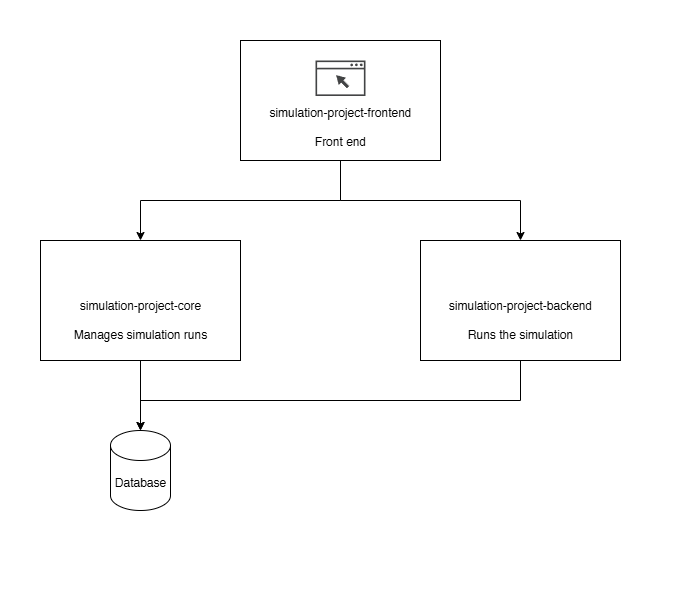
Above: frontend/public/docs/Summary_Architecture.png in lt-shy-john/simulator-project (draw.io), before the change. Source tidied: cells renumbered, new cells last; positions are measured from the earlier drawing's top-left corner, leaving out a move shared by most shapes. Source of this version:
```xml
<mxGraphModel>
  <root>
    <mxCell id="0" />
    <mxCell id="1" parent="0" />
    <mxCell id="2" style="edgeStyle=orthogonalEdgeStyle;rounded=0;jettySize=auto;html=1;" parent="1" edge="1" source="4" target="7">
      <mxGeometry relative="1" as="geometry" />
    </mxCell>
    <mxCell id="3" style="edgeStyle=orthogonalEdgeStyle;rounded=0;jettySize=auto;html=1;" parent="1" edge="1" source="4" target="9">
      <mxGeometry relative="1" as="geometry" />
    </mxCell>
    <mxCell id="4" value="&lt;div&gt;&lt;br&gt;&lt;/div&gt;&lt;div&gt;simulation-project-frontend&lt;/div&gt;&lt;div&gt;&lt;br&gt;&lt;/div&gt;Front end" style="rounded=0;whiteSpace=wrap;html=1;spacingTop=40;" parent="1" vertex="1">
      <mxGeometry x="200" width="200" height="120" as="geometry" />
    </mxCell>
    <mxCell id="5" style="sketch=0;shadow=0;dashed=0;html=1;strokeColor=none;fillColor=#434445;labelPosition=center;verticalLabelPosition=bottom;verticalAlign=top;align=center;shape=mxgraph.vvd.web_browser;" parent="1" vertex="1">
      <mxGeometry x="275" y="20" width="50" height="35.5" as="geometry" />
    </mxCell>
    <mxCell id="6" style="edgeStyle=orthogonalEdgeStyle;rounded=0;jettySize=auto;html=1;" parent="1" edge="1" source="7" target="10">
      <mxGeometry relative="1" as="geometry" />
    </mxCell>
    <mxCell id="7" value="simulation-project-core&lt;div&gt;&lt;br&gt;&lt;/div&gt;&lt;div&gt;Manages simulation runs&lt;/div&gt;" style="rounded=0;whiteSpace=wrap;html=1;spacingTop=40;" parent="1" vertex="1">
      <mxGeometry y="200" width="200" height="120" as="geometry" />
    </mxCell>
    <mxCell id="8" style="edgeStyle=orthogonalEdgeStyle;rounded=0;jettySize=auto;html=1;" parent="1" edge="1" source="9" target="10">
      <mxGeometry relative="1" as="geometry">
        <Array as="points">
          <mxPoint x="480" y="360" />
          <mxPoint x="100" y="360" />
        </Array>
      </mxGeometry>
    </mxCell>
    <mxCell id="9" value="simulation-project-backend&lt;div&gt;&lt;br&gt;&lt;/div&gt;&lt;div&gt;Runs the simulation&lt;/div&gt;" style="rounded=0;whiteSpace=wrap;html=1;spacingTop=40;" parent="1" vertex="1">
      <mxGeometry x="380" y="200" width="200" height="120" as="geometry" />
    </mxCell>
    <mxCell id="10" value="Database" style="shape=cylinder3;whiteSpace=wrap;html=1;boundedLbl=1;backgroundOutline=1;size=15;" parent="1" vertex="1">
      <mxGeometry x="70" y="390" width="60" height="80" as="geometry" />
    </mxCell>
  </root>
</mxGraphModel>
```
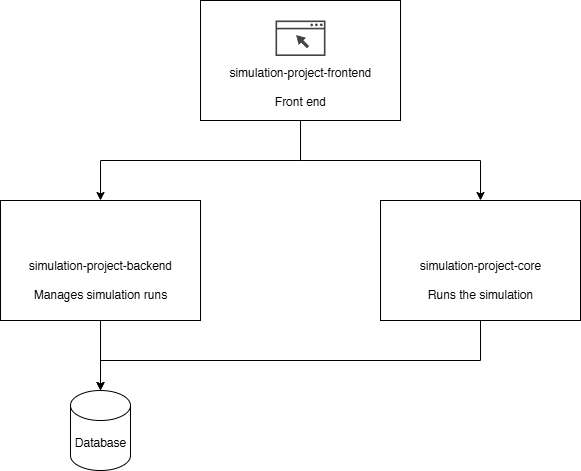
After the commit.

The edit, as a diff of the source:
```diff
@@ -17,7 +17,7 @@
     <mxCell id="6" style="edgeStyle=orthogonalEdgeStyle;rounded=0;jettySize=auto;html=1;" parent="1" edge="1" source="7" target="10">
       <mxGeometry relative="1" as="geometry" />
     </mxCell>
-    <mxCell id="7" value="simulation-project-core&lt;div&gt;&lt;br&gt;&lt;/div&gt;&lt;div&gt;Manages simulation runs&lt;/div&gt;" style="rounded=0;whiteSpace=wrap;html=1;spacingTop=40;" parent="1" vertex="1">
+    <mxCell id="7" value="simulation-project-backend&lt;div&gt;&lt;br&gt;&lt;/div&gt;&lt;div&gt;Manages simulation runs&lt;/div&gt;" style="rounded=0;whiteSpace=wrap;html=1;spacingTop=40;" parent="1" vertex="1">
       <mxGeometry y="200" width="200" height="120" as="geometry" />
     </mxCell>
     <mxCell id="8" style="edgeStyle=orthogonalEdgeStyle;rounded=0;jettySize=auto;html=1;" parent="1" edge="1" source="9" target="10">
@@ -28,7 +28,7 @@
         </Array>
       </mxGeometry>
     </mxCell>
-    <mxCell id="9" value="simulation-project-backend&lt;div&gt;&lt;br&gt;&lt;/div&gt;&lt;div&gt;Runs the simulation&lt;/div&gt;" style="rounded=0;whiteSpace=wrap;html=1;spacingTop=40;" parent="1" vertex="1">
+    <mxCell id="9" value="simulation-project-core&lt;div&gt;&lt;br&gt;&lt;div&gt;Runs the simulation&lt;/div&gt;&lt;/div&gt;" style="rounded=0;whiteSpace=wrap;html=1;spacingTop=40;" parent="1" vertex="1">
       <mxGeometry x="380" y="200" width="200" height="120" as="geometry" />
     </mxCell>
     <mxCell id="10" value="Database" style="shape=cylinder3;whiteSpace=wrap;html=1;boundedLbl=1;backgroundOutline=1;size=15;" parent="1" vertex="1">
```
